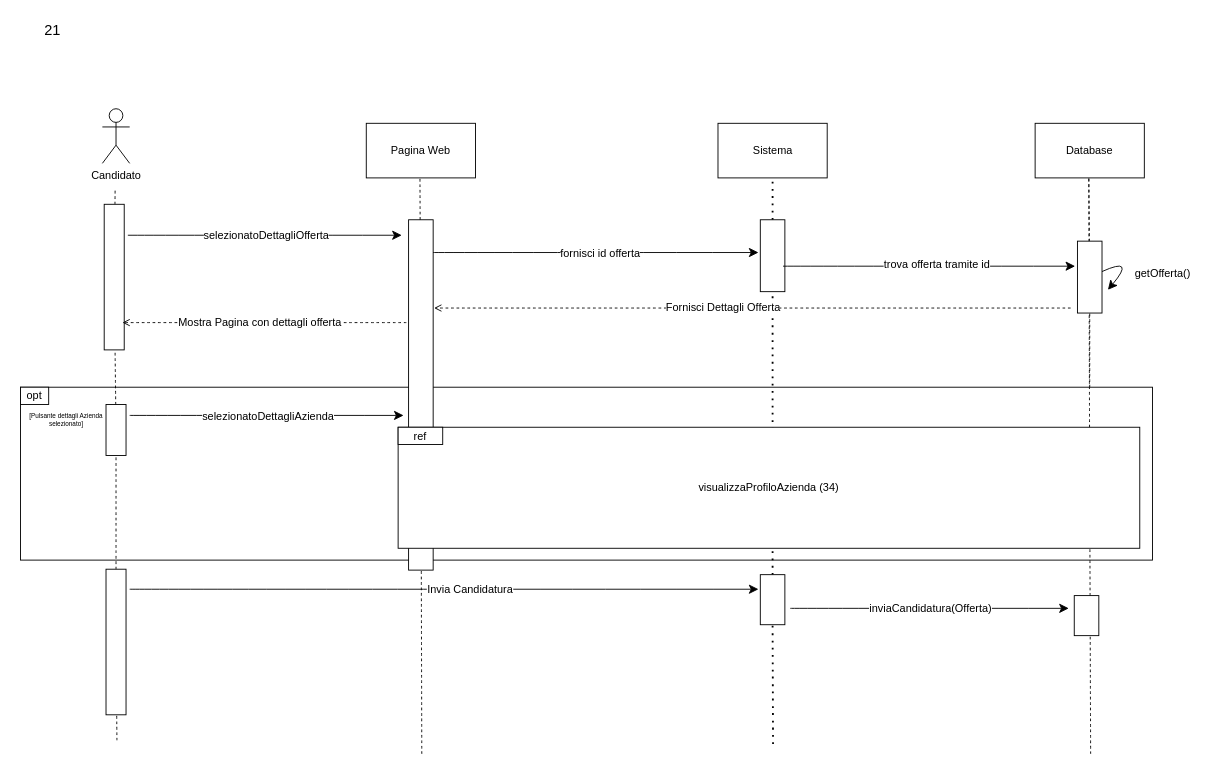
Above: page "Pagina-5" (5 of 7) of casoduso2.drawio in michele296/progetto_recruiting (draw.io), before the change. Source tidied: cells renumbered, new cells numbered last; positions are measured from the earlier drawing's top-left corner, leaving out a move shared by most shapes. Both pictures are drawn from the tidied source at 91%, with x=0, y=0 at pixel (20, 15).
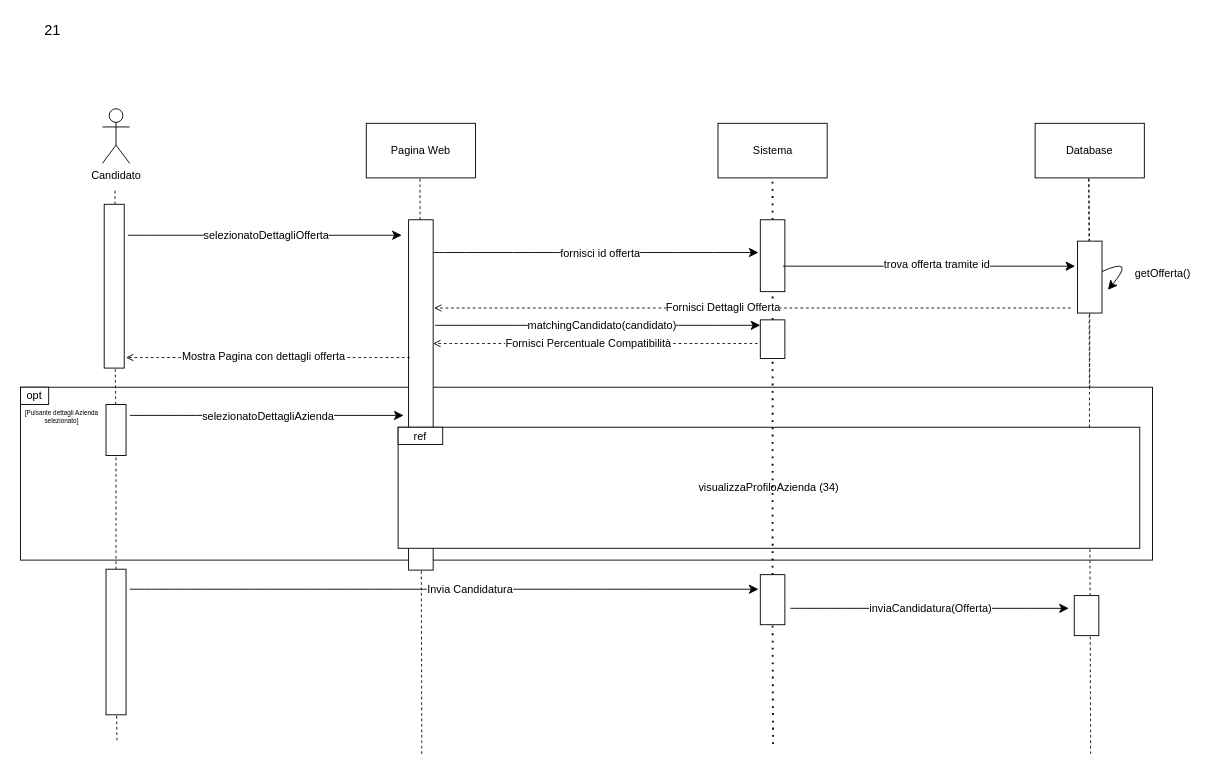
After the change.

The change refers to these unchanged cells:
```xml
<mxCell id="28" style="rounded=0;whiteSpace=wrap;html=1;" parent="1" vertex="1">
  <mxGeometry x="813" y="225" width="27" height="79" as="geometry" />
</mxCell>
<mxCell id="46" style="rounded=0;whiteSpace=wrap;html=1;" parent="1" vertex="1">
  <mxGeometry x="813" y="615" width="27" height="55" as="geometry" />
</mxCell>
```

Change to the diagram source:
```diff
@@
     <mxCell id="12" style="rounded=0;whiteSpace=wrap;html=1;" parent="1" vertex="1">
-      <mxGeometry x="92" y="208" width="22" height="160" as="geometry" />
+      <mxGeometry x="92" y="208" width="22" height="180" as="geometry" />
     </mxCell>
@@
     <mxCell id="15" style="edgeStyle=none;curved=1;rounded=0;orthogonalLoop=1;jettySize=auto;html=1;fontSize=12;dashed=1;endArrow=open;endFill=0;" parent="1" edge="1">
       <mxGeometry relative="1" as="geometry">
-        <mxPoint x="424" y="338" as="sourcePoint" />
-        <mxPoint x="112" y="338" as="targetPoint" />
+        <mxPoint x="428" y="376.4" as="sourcePoint" />
+        <mxPoint x="116" y="376.4" as="targetPoint" />
       </mxGeometry>
     </mxCell>
@@
     <mxCell id="20" value="&lt;font&gt;[Pulsante dettagli Azienda&lt;/font&gt;&lt;div&gt;selezionato]&lt;/div&gt;" style="text;html=1;align=center;verticalAlign=middle;strokeColor=none;fillColor=none;fontSize=7;" parent="1" vertex="1">
-      <mxGeometry y="431" width="99" height="28" as="geometry" />
+      <mxGeometry x="-5" y="428" width="99" height="28" as="geometry" />
     </mxCell>
@@
-    <mxCell id="27" style="endArrow=none;dashed=1;html=1;dashPattern=1 3;strokeWidth=2;rounded=0;fontSize=12;startSize=8;endSize=8;curved=1;entryX=0.5;entryY=1;entryDx=0;entryDy=0;" parent="1" edge="1" source="46" target="28">
+    <mxCell id="27" style="endArrow=none;dashed=1;html=1;dashPattern=1 3;strokeWidth=2;rounded=0;fontSize=12;startSize=8;endSize=8;curved=1;entryX=0.5;entryY=1;entryDx=0;entryDy=0;" parent="1" edge="1" source="52" target="28">
       <mxGeometry relative="1" as="geometry" />
     </mxCell>
@@
+    <mxCell id="51" style="endArrow=none;dashed=1;html=1;dashPattern=1 3;strokeWidth=2;rounded=0;fontSize=12;startSize=8;endSize=8;curved=1;entryX=0.5;entryY=1;entryDx=0;entryDy=0;" parent="1" edge="1" source="46" target="52">
+      <mxGeometry relative="1" as="geometry" />
+    </mxCell>
+    <mxCell id="52" style="rounded=0;whiteSpace=wrap;html=1;" parent="1" vertex="1">
+      <mxGeometry x="813" y="335" width="27" height="42.5" as="geometry" />
+    </mxCell>
+    <mxCell id="53" style="edgeStyle=none;curved=1;rounded=0;orthogonalLoop=1;jettySize=auto;html=1;fontSize=12;startSize=8;endSize=8;" parent="1" edge="1">
+      <mxGeometry relative="1" as="geometry">
+        <mxPoint x="455.5" y="341" as="sourcePoint" />
+        <mxPoint x="813" y="341" as="targetPoint" />
+      </mxGeometry>
+    </mxCell>
+    <mxCell id="54" value="matchingCandidato(candidato)" style="edgeLabel;html=1;align=center;verticalAlign=middle;fontSize=12;" parent="53" vertex="1">
+      <mxGeometry x="0.14" relative="1" as="geometry">
+        <mxPoint x="-21" as="offset" />
+      </mxGeometry>
+    </mxCell>
+    <mxCell id="55" style="edgeStyle=none;curved=1;rounded=0;orthogonalLoop=1;jettySize=auto;html=1;fontSize=12;dashed=1;endArrow=open;endFill=0;" parent="1" edge="1">
+      <mxGeometry relative="1" as="geometry">
+        <mxPoint x="810" y="361" as="sourcePoint" />
+        <mxPoint x="453.5" y="361" as="targetPoint" />
+      </mxGeometry>
+    </mxCell>
+    <mxCell id="56" value="Fornisci Percentuale Compatibilità" style="edgeLabel;html=1;align=center;verticalAlign=middle;fontSize=12;" parent="55" vertex="1">
+      <mxGeometry x="0.14" relative="1" as="geometry">
+        <mxPoint x="16" y="-1" as="offset" />
+      </mxGeometry>
+    </mxCell>
```
